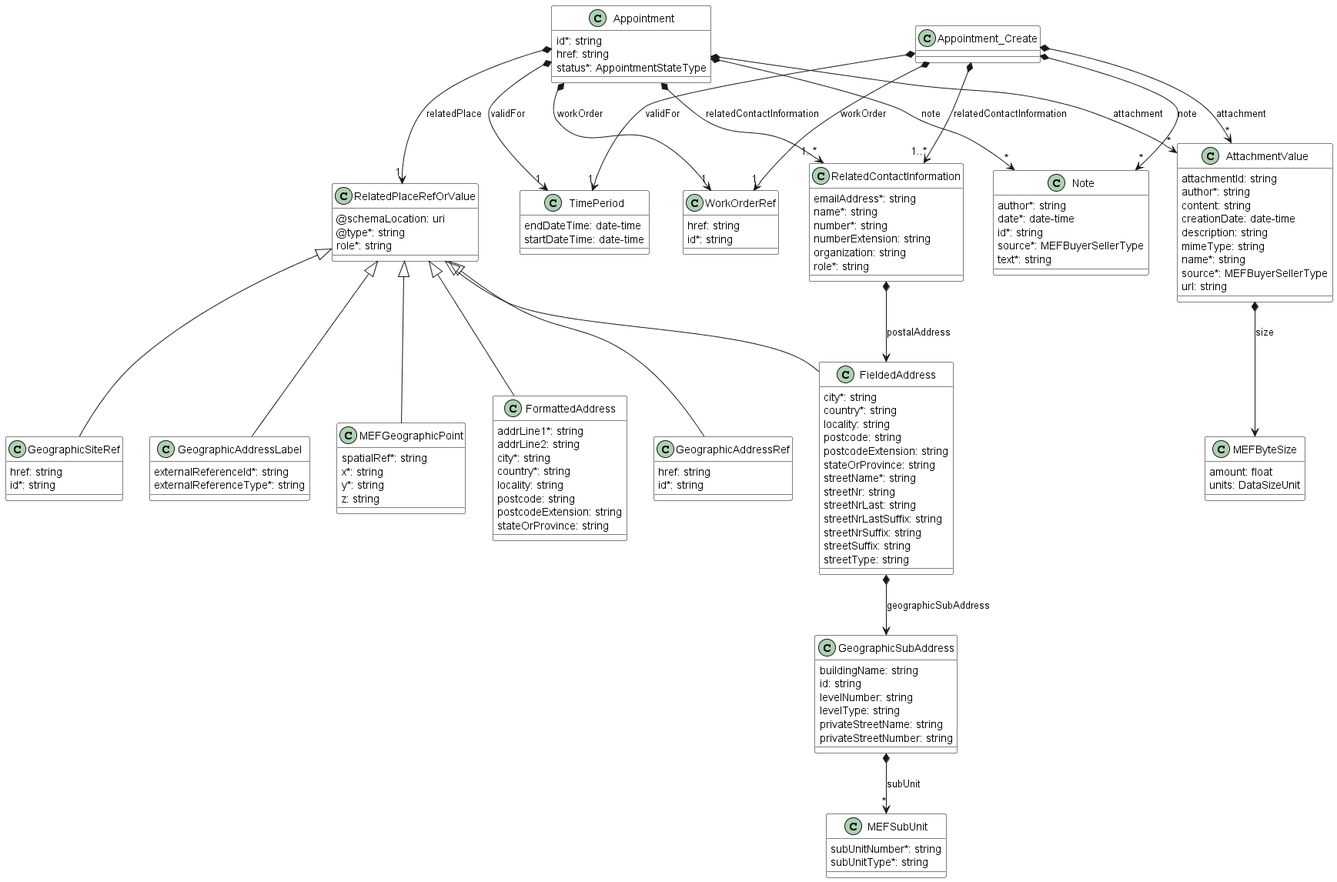
Earlier version of the PlantUML export documentation/productApi/workforce/media/useCase8Model.png (MEF-GIT/MEF-LSO-Sonata-SDK). Source of this version:
```plantuml
@startuml
skinparam {
    ClassBackgroundColor White
    ClassBorderColor Black
}

class Appointment {

    id*: string
    href: string
    status*: AppointmentStateType
}

Appointment *-->"*" AttachmentValue : attachment
Appointment *-->"*" Note : note
Appointment *-->"1" RelatedPlaceRefOrValue : relatedPlace
Appointment *-->"1" TimePeriod : validFor
Appointment *-->"1..*" RelatedContactInformation : relatedContactInformation
Appointment *-->"1" WorkOrderRef : workOrder


class Appointment_Create {

}


Appointment_Create *-->"*" AttachmentValue : attachment
Appointment_Create *-->"*" Note : note
Appointment_Create *-->"1..*" RelatedContactInformation : relatedContactInformation
Appointment_Create *-->"1" TimePeriod : validFor
Appointment_Create *-->"1" WorkOrderRef : workOrder


class AttachmentValue {

    attachmentId: string
    author*: string
    content: string
    creationDate: date-time
    description: string
    mimeType: string
    name*: string
    source*: MEFBuyerSellerType
    url: string
}

AttachmentValue *--> MEFByteSize : size

class FormattedAddress {

    addrLine1*: string
    addrLine2: string
    city*: string
    country*: string
    locality: string
    postcode: string
    postcodeExtension: string
    stateOrProvince: string
}
RelatedPlaceRefOrValue <|-- FormattedAddress

class GeographicAddressRef {

    href: string
    id*: string
}
RelatedPlaceRefOrValue <|-- GeographicAddressRef


class GeographicSiteRef {

    href: string
    id*: string
}
RelatedPlaceRefOrValue <|-- GeographicSiteRef



class GeographicSubAddress {

    buildingName: string
    id: string
    levelNumber: string
    levelType: string
    privateStreetName: string
    privateStreetNumber: string
}

GeographicSubAddress *-->"*" MEFSubUnit : subUnit


class MEFByteSize {

    amount: float
    units: DataSizeUnit
}



class MEFSubUnit {

    subUnitNumber*: string
    subUnitType*: string
}



class Note {

    author*: string
    date*: date-time
    id*: string
    source*: MEFBuyerSellerType
    text*: string
}





class FieldedAddress {

    city*: string
    country*: string
    locality: string
    postcode: string
    postcodeExtension: string
    stateOrProvince: string
    streetName*: string
    streetNr: string
    streetNrLast: string
    streetNrLastSuffix: string
    streetNrSuffix: string
    streetSuffix: string
    streetType: string
}
RelatedPlaceRefOrValue <|-- FieldedAddress

FieldedAddress *--> GeographicSubAddress : geographicSubAddress


class GeographicAddressLabel {

    externalReferenceId*: string
    externalReferenceType*: string
}
RelatedPlaceRefOrValue <|-- GeographicAddressLabel



class RelatedContactInformation {

    emailAddress*: string
    name*: string
    number*: string
    numberExtension: string
    organization: string
    role*: string
}

RelatedContactInformation *--> FieldedAddress : postalAddress

class RelatedPlaceRefOrValue {

    @schemaLocation: uri
    @type*: string
    role*: string
}


class TimePeriod {

    endDateTime: date-time
    startDateTime: date-time
}
class MEFGeographicPoint {

    spatialRef*: string
    x*: string
    y*: string
    z: string
}
RelatedPlaceRefOrValue <|-- MEFGeographicPoint

class WorkOrderRef {

    href: string
    id*: string
}


@enduml
```
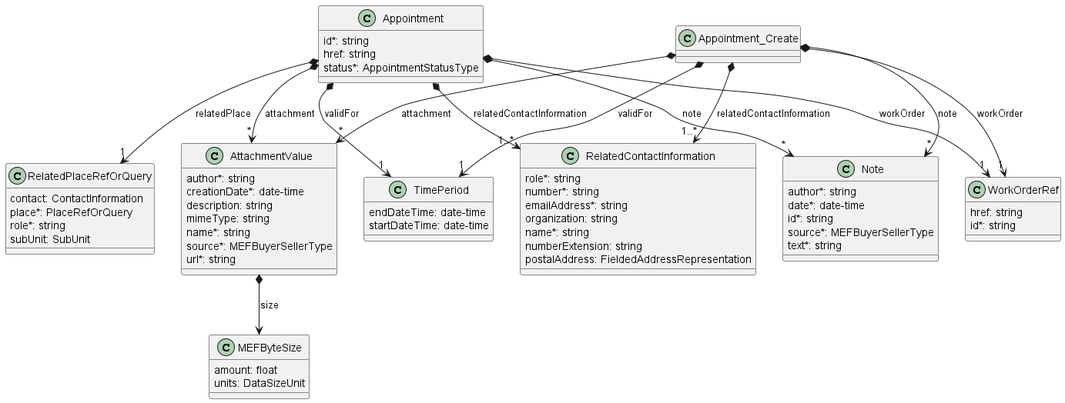
After the change.

Change to the diagram source:
```diff
@@ -1,19 +1,17 @@
 @startuml
-skinparam {
-    ClassBackgroundColor White
-    ClassBorderColor Black
-}
+
+
 
 class Appointment {
 
     id*: string
     href: string
-    status*: AppointmentStateType
+    status*: AppointmentStatusType
 }
 
 Appointment *-->"*" AttachmentValue : attachment
 Appointment *-->"*" Note : note
-Appointment *-->"1" RelatedPlaceRefOrValue : relatedPlace
+Appointment *-->"1" RelatedPlaceRefOrQuery : relatedPlace
 Appointment *-->"1" TimePeriod : validFor
 Appointment *-->"1..*" RelatedContactInformation : relatedContactInformation
 Appointment *-->"1" WorkOrderRef : workOrder
@@ -22,7 +20,6 @@
 class Appointment_Create {
 
 }
-
 
 Appointment_Create *-->"*" AttachmentValue : attachment
 Appointment_Create *-->"*" Note : note
@@ -33,60 +30,17 @@
 
 class AttachmentValue {
 
-    attachmentId: string
     author*: string
-    content: string
-    creationDate: date-time
+    creationDate*: date-time
     description: string
     mimeType: string
     name*: string
     source*: MEFBuyerSellerType
-    url: string
+    url*: string
 }
 
 AttachmentValue *--> MEFByteSize : size
 
-class FormattedAddress {
-
-    addrLine1*: string
-    addrLine2: string
-    city*: string
-    country*: string
-    locality: string
-    postcode: string
-    postcodeExtension: string
-    stateOrProvince: string
-}
-RelatedPlaceRefOrValue <|-- FormattedAddress
-
-class GeographicAddressRef {
-
-    href: string
-    id*: string
-}
-RelatedPlaceRefOrValue <|-- GeographicAddressRef
-
-
-class GeographicSiteRef {
-
-    href: string
-    id*: string
-}
-RelatedPlaceRefOrValue <|-- GeographicSiteRef
-
-
-
-class GeographicSubAddress {
-
-    buildingName: string
-    id: string
-    levelNumber: string
-    levelType: string
-    privateStreetName: string
-    privateStreetNumber: string
-}
-
-GeographicSubAddress *-->"*" MEFSubUnit : subUnit
 
 
 class MEFByteSize {
@@ -97,12 +51,24 @@
 
 
 
-class MEFSubUnit {
 
-    subUnitNumber*: string
-    subUnitType*: string
+class RelatedPlaceRefOrQuery {
+    contact: ContactInformation
+    place*: PlaceRefOrQuery
+    role*: string
+    subUnit: SubUnit
 }
 
+class RelatedContactInformation {
+
+    role*: string
+    number*: string
+    emailAddress*: string
+    organization: string
+    name*: string
+    numberExtension: string
+    postalAddress: FieldedAddressRepresentation
+}
 
 
 class Note {
@@ -116,71 +82,11 @@
 
 
 
-
-
-class FieldedAddress {
-
-    city*: string
-    country*: string
-    locality: string
-    postcode: string
-    postcodeExtension: string
-    stateOrProvince: string
-    streetName*: string
-    streetNr: string
-    streetNrLast: string
-    streetNrLastSuffix: string
-    streetNrSuffix: string
-    streetSuffix: string
-    streetType: string
-}
-RelatedPlaceRefOrValue <|-- FieldedAddress
-
-FieldedAddress *--> GeographicSubAddress : geographicSubAddress
-
-
-class GeographicAddressLabel {
-
-    externalReferenceId*: string
-    externalReferenceType*: string
-}
-RelatedPlaceRefOrValue <|-- GeographicAddressLabel
-
-
-
-class RelatedContactInformation {
-
-    emailAddress*: string
-    name*: string
-    number*: string
-    numberExtension: string
-    organization: string
-    role*: string
-}
-
-RelatedContactInformation *--> FieldedAddress : postalAddress
-
-class RelatedPlaceRefOrValue {
-
-    @schemaLocation: uri
-    @type*: string
-    role*: string
-}
-
-
 class TimePeriod {
 
     endDateTime: date-time
     startDateTime: date-time
 }
-class MEFGeographicPoint {
-
-    spatialRef*: string
-    x*: string
-    y*: string
-    z: string
-}
-RelatedPlaceRefOrValue <|-- MEFGeographicPoint
 
 class WorkOrderRef {
 
```
